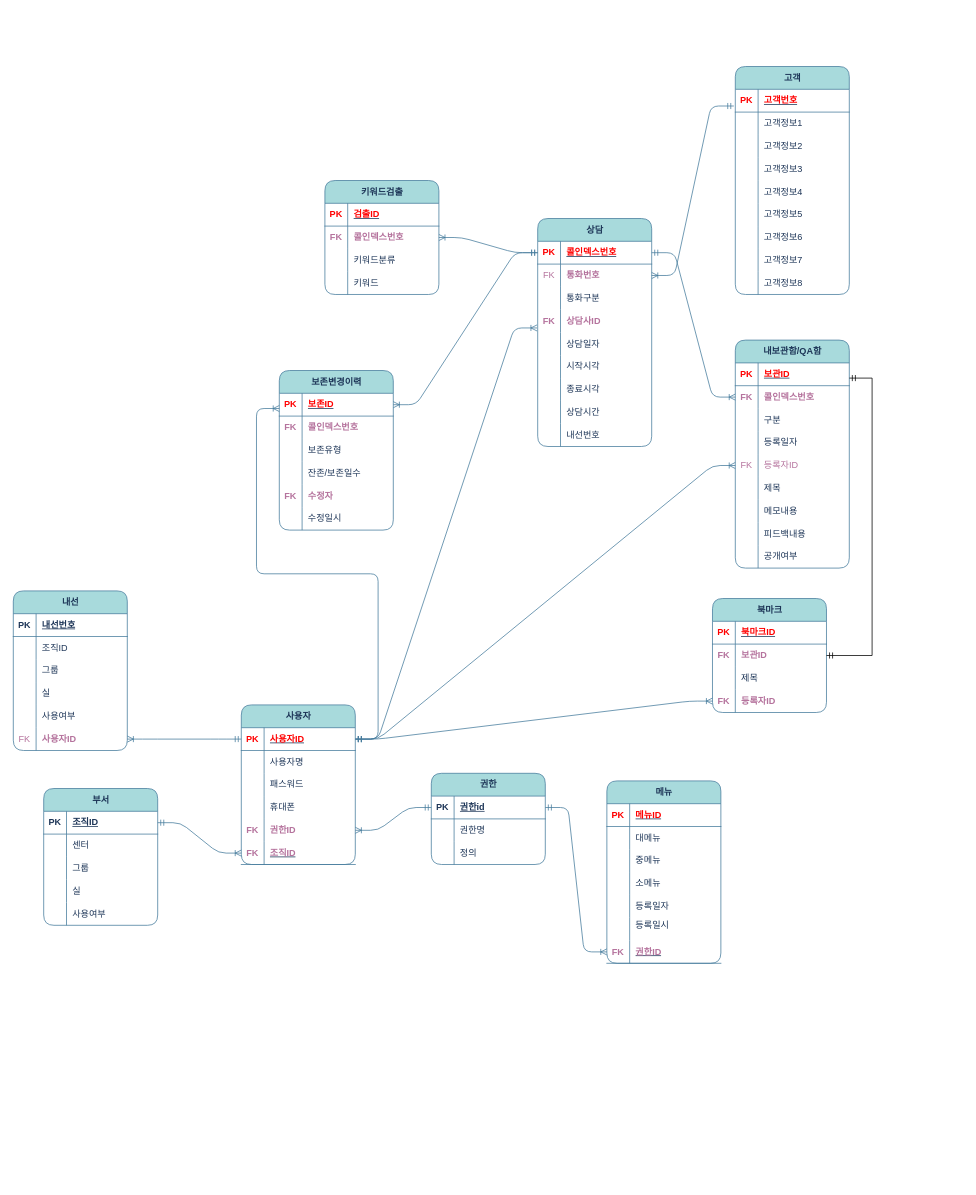
wishholic/ERD keeps this draw.io diagram as page "페이지-3" (3 of 3) of 제목 없는 다이어그램.drawio. Above is the earlier version. Source tidied: cells renumbered, new cells numbered last; positions are measured from the earlier drawing's top-left corner, leaving out a move shared by most shapes. Both pictures are drawn from the tidied source at 76%, with x=0, y=0 at pixel (13, 66).
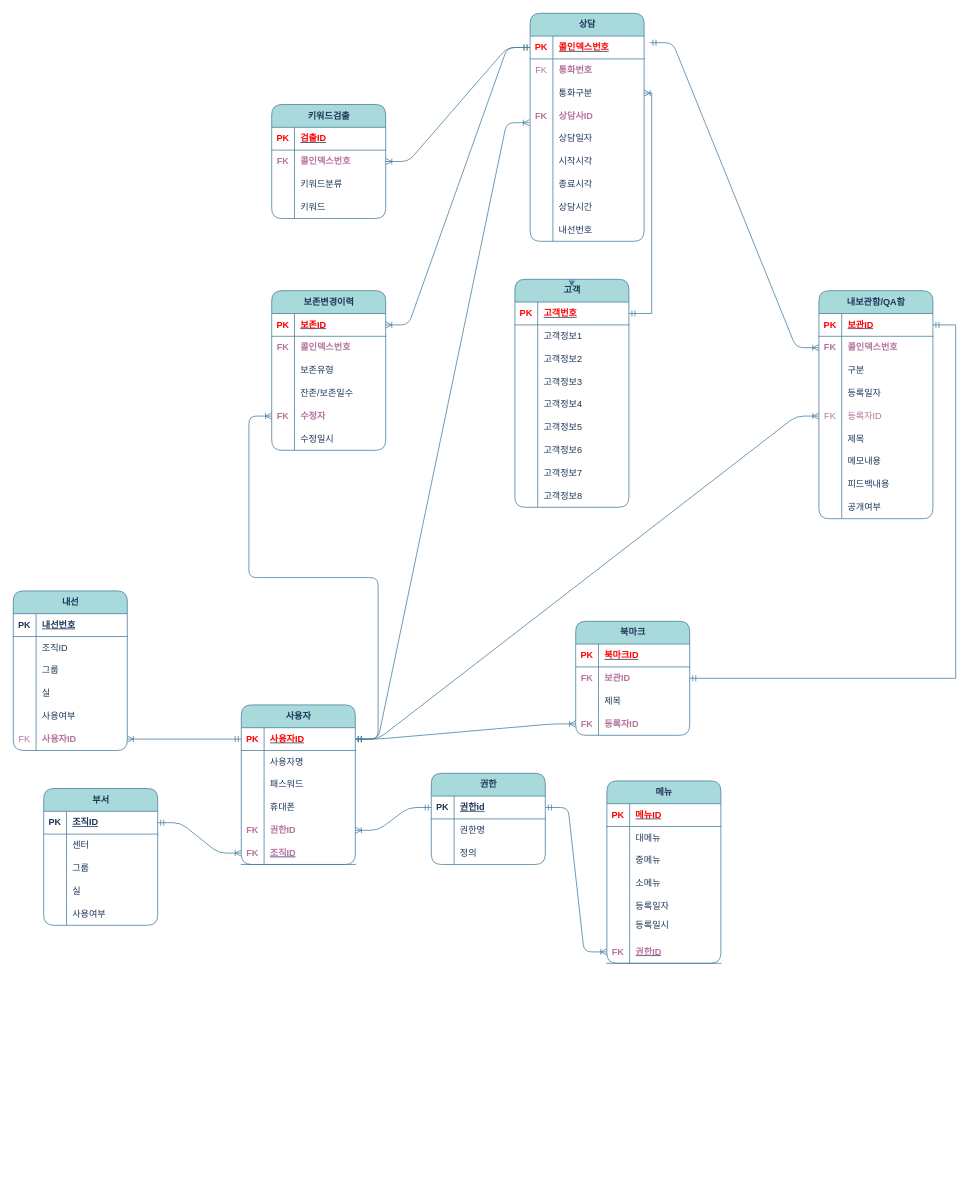
After the change.

Commit message:
제목 없는 다이어그램.drawio 업데이트

Unchanged cells that the change refers to:
```xml
<mxCell id="13" style="shape=tableRow;horizontal=0;startSize=0;swimlaneHead=0;swimlaneBody=0;fillColor=none;points=[[0,0.5],[1,0.5]];portConstraint=eastwest;top=0;left=0;right=0;bottom=1;rounded=1;labelBackgroundColor=none;strokeColor=#457B9D;fontColor=#1D3557;" parent="12" vertex="1">
  <mxGeometry y="30" width="150" height="30" as="geometry" />
</mxCell>
<mxCell id="94" style="shape=tableRow;horizontal=0;startSize=0;swimlaneHead=0;swimlaneBody=0;fillColor=none;points=[[0,0.5],[1,0.5]];portConstraint=eastwest;top=0;left=0;right=0;bottom=1;rounded=1;labelBackgroundColor=none;strokeColor=#457B9D;fontColor=#1D3557;" parent="93" vertex="1">
  <mxGeometry y="30" width="150" height="30" as="geometry" />
</mxCell>
<mxCell id="97" style="shape=tableRow;horizontal=0;startSize=0;swimlaneHead=0;swimlaneBody=0;fillColor=none;points=[[0,0.5],[1,0.5]];portConstraint=eastwest;top=0;left=0;right=0;bottom=0;rounded=1;labelBackgroundColor=none;strokeColor=#457B9D;fontColor=#1D3557;" parent="93" vertex="1">
  <mxGeometry y="60" width="150" height="30" as="geometry" />
</mxCell>
<mxCell id="100" style="shape=tableRow;horizontal=0;startSize=0;swimlaneHead=0;swimlaneBody=0;fillColor=none;points=[[0,0.5],[1,0.5]];portConstraint=eastwest;top=0;left=0;right=0;bottom=0;rounded=1;labelBackgroundColor=none;strokeColor=#457B9D;fontColor=#1D3557;" parent="93" vertex="1">
  <mxGeometry y="90" width="150" height="30" as="geometry" />
</mxCell>
<mxCell id="126" style="shape=tableRow;horizontal=0;startSize=0;swimlaneHead=0;swimlaneBody=0;fillColor=none;points=[[0,0.5],[1,0.5]];portConstraint=eastwest;top=0;left=0;right=0;bottom=0;rounded=1;labelBackgroundColor=none;strokeColor=#457B9D;fontColor=#1D3557;" parent="122" vertex="1">
  <mxGeometry y="60" width="150" height="30" as="geometry" />
</mxCell>
<mxCell id="155" style="shape=tableRow;horizontal=0;startSize=0;swimlaneHead=0;swimlaneBody=0;fillColor=none;points=[[0,0.5],[1,0.5]];portConstraint=eastwest;top=0;left=0;right=0;bottom=0;rounded=1;labelBackgroundColor=none;strokeColor=#457B9D;fontColor=#1D3557;" parent="151" vertex="1">
  <mxGeometry y="60" width="150" height="30" as="geometry" />
</mxCell>
<mxCell id="189" style="shape=tableRow;horizontal=0;startSize=0;swimlaneHead=0;swimlaneBody=0;fillColor=none;points=[[0,0.5],[1,0.5]];portConstraint=eastwest;top=0;left=0;right=0;bottom=0;rounded=1;labelBackgroundColor=none;strokeColor=#457B9D;fontColor=#1D3557;" parent="185" vertex="1">
  <mxGeometry y="60" width="150" height="30" as="geometry" />
</mxCell>
<mxCell id="202" style="shape=tableRow;horizontal=0;startSize=0;swimlaneHead=0;swimlaneBody=0;fillColor=none;points=[[0,0.5],[1,0.5]];portConstraint=eastwest;top=0;left=0;right=0;bottom=1;rounded=1;labelBackgroundColor=none;strokeColor=#457B9D;fontColor=#1D3557;" parent="201" vertex="1">
  <mxGeometry y="30" width="150" height="30" as="geometry" />
</mxCell>
```

Diff of the diagram source:
```diff
@@
     <mxCell id="93" value="상담" style="shape=table;startSize=30;childLayout=tableLayout;rowLines=0;fontStyle=1;align=center;html=1;fillColor=#A8DADC;strokeColor=#457B9D;rounded=1;labelBackgroundColor=none;fontColor=#1D3557;" parent="1" vertex="1">
-      <mxGeometry x="690" y="200" width="150" height="300" as="geometry" />
+      <mxGeometry x="680" y="-70" width="150" height="300" as="geometry" />
     </mxCell>
@@
     <mxCell id="122" value="내보관함/QA함" style="shape=table;startSize=30;childLayout=tableLayout;rowLines=0;fontStyle=1;align=center;html=1;fillColor=#A8DADC;strokeColor=#457B9D;rounded=1;labelBackgroundColor=none;fontColor=#1D3557;" parent="1" vertex="1">
-      <mxGeometry x="950" y="360" width="150" height="300" as="geometry" />
+      <mxGeometry x="1060" y="295" width="150" height="300" as="geometry" />
     </mxCell>
@@
-    <mxCell id="150" style="edgeStyle=entityRelationEdgeStyle;fontSize=12;html=1;endArrow=ERoneToMany;startArrow=ERmandOne;rounded=1;fontFamily=Helvetica;fontColor=default;fontStyle=1;exitX=1;exitY=0.5;exitDx=0;exitDy=0;entryX=0;entryY=0.5;entryDx=0;entryDy=0;labelBackgroundColor=none;strokeColor=#457B9D;" parent="1" edge="1" source="94" target="126">
+    <mxCell id="150" style="edgeStyle=entityRelationEdgeStyle;fontSize=12;html=1;endArrow=ERoneToMany;startArrow=ERmandOne;rounded=1;fontFamily=Helvetica;fontColor=default;fontStyle=1;exitX=1.051;exitY=0.29;exitDx=0;exitDy=0;entryX=0;entryY=0.5;entryDx=0;entryDy=0;labelBackgroundColor=none;strokeColor=#457B9D;exitPerimeter=0;" parent="1" edge="1" source="94" target="126">
       <mxGeometry relative="1" as="geometry" />
     </mxCell>
     <mxCell id="151" value="키워드검출" style="shape=table;startSize=30;childLayout=tableLayout;rowLines=0;fontStyle=1;align=center;html=1;fillColor=#A8DADC;strokeColor=#457B9D;rounded=1;labelBackgroundColor=none;fontColor=#1D3557;" parent="1" vertex="1">
-      <mxGeometry x="410" y="150" width="150" height="150" as="geometry" />
+      <mxGeometry x="340" y="50" width="150" height="150" as="geometry" />
     </mxCell>
@@
-    <mxCell id="164" style="edgeStyle=entityRelationEdgeStyle;fontSize=12;html=1;endArrow=ERoneToMany;startArrow=ERmandOne;rounded=1;strokeColor=#457B9D;fontColor=default;fillColor=#A8DADC;entryX=1;entryY=0.5;entryDx=0;entryDy=0;exitX=0;exitY=0.5;exitDx=0;exitDy=0;labelBackgroundColor=none;" parent="1" edge="1" source="94" target="155">
+    <mxCell id="164" style="edgeStyle=entityRelationEdgeStyle;fontSize=12;html=1;endArrow=ERoneToMany;startArrow=ERmandOne;rounded=1;strokeColor=#457B9D;fontColor=default;entryX=1;entryY=0.5;entryDx=0;entryDy=0;exitX=0;exitY=0.5;exitDx=0;exitDy=0;labelBackgroundColor=none;" parent="1" edge="1" source="94" target="155">
       <mxGeometry relative="1" as="geometry">
         <Array as="points">
           <mxPoint x="530" y="610" />
         </Array>
       </mxGeometry>
     </mxCell>
     <mxCell id="165" value="보존변경이력" style="shape=table;startSize=30;childLayout=tableLayout;rowLines=0;fontStyle=1;align=center;html=1;fillColor=#A8DADC;strokeColor=#457B9D;rounded=1;labelBackgroundColor=none;fontColor=#1D3557;" parent="1" vertex="1">
-      <mxGeometry x="350" y="400" width="150" height="210" as="geometry" />
+      <mxGeometry x="340" y="295" width="150" height="210" as="geometry" />
     </mxCell>
@@
     <mxCell id="185" value="북마크" style="shape=table;startSize=30;childLayout=tableLayout;rowLines=0;fontStyle=1;align=center;html=1;fillColor=#A8DADC;strokeColor=#457B9D;rounded=1;labelBackgroundColor=none;fontColor=#1D3557;" parent="1" vertex="1">
-      <mxGeometry x="920" y="700" width="150" height="150" as="geometry" />
+      <mxGeometry x="740" y="730" width="150" height="150" as="geometry" />
     </mxCell>
@@
-    <mxCell id="200" style="edgeStyle=entityRelationEdgeStyle;fontSize=12;html=1;endArrow=ERmandOne;startArrow=ERmandOne;rounded=0;entryX=1;entryY=0.5;entryDx=0;entryDy=0;" parent="1" edge="1" target="189">
+    <mxCell id="200" style="edgeStyle=entityRelationEdgeStyle;fontSize=12;html=1;endArrow=ERmandOne;startArrow=ERmandOne;rounded=0;entryX=1;entryY=0.5;entryDx=0;entryDy=0;labelBackgroundColor=none;strokeColor=#457B9D;fontColor=default;" parent="1" edge="1" target="189">
       <mxGeometry relative="1" as="geometry">
-        <mxPoint x="1100" y="410" as="sourcePoint" />
+        <mxPoint x="1210" y="340" as="sourcePoint" />
       </mxGeometry>
     </mxCell>
     <mxCell id="201" value="고객" style="shape=table;startSize=30;childLayout=tableLayout;rowLines=0;fontStyle=1;align=center;html=1;fillColor=#A8DADC;strokeColor=#457B9D;rounded=1;labelBackgroundColor=none;fontColor=#1D3557;" parent="1" vertex="1">
-      <mxGeometry x="950" width="150" height="300" as="geometry" />
+      <mxGeometry x="660" y="280" width="150" height="300" as="geometry" />
     </mxCell>
@@
-    <mxCell id="229" style="edgeStyle=entityRelationEdgeStyle;fontSize=12;html=1;endArrow=ERoneToMany;startArrow=ERmandOne;rounded=1;strokeColor=#457B9D;fontColor=default;fillColor=#A8DADC;exitX=1;exitY=0.5;exitDx=0;exitDy=0;labelBackgroundColor=none;" parent="1" edge="1" source="13">
+    <mxCell id="229" style="edgeStyle=entityRelationEdgeStyle;fontSize=12;html=1;endArrow=ERoneToMany;startArrow=ERmandOne;rounded=1;strokeColor=#457B9D;fontColor=default;exitX=1;exitY=0.5;exitDx=0;exitDy=0;labelBackgroundColor=none;" parent="1" edge="1" source="13">
       <mxGeometry relative="1" as="geometry">
-        <mxPoint x="350" y="450" as="targetPoint" />
+        <mxPoint x="340" y="460" as="targetPoint" />
         <Array as="points">
           <mxPoint x="540" y="620" />
         </Array>
       </mxGeometry>
     </mxCell>
-    <mxCell id="230" style="edgeStyle=entityRelationEdgeStyle;fontSize=12;html=1;endArrow=ERoneToMany;startArrow=ERmandOne;rounded=1;fontFamily=Helvetica;fontColor=default;fontStyle=1;exitX=-0.013;exitY=0.733;exitDx=0;exitDy=0;labelBackgroundColor=none;strokeColor=#457B9D;exitPerimeter=0;" parent="1" edge="1" source="202" target="97">
-      <mxGeometry relative="1" as="geometry" />
-    </mxCell>
+    <mxCell id="231" style="edgeStyle=orthogonalEdgeStyle;fontSize=12;html=1;endArrow=ERoneToMany;startArrow=ERmandOne;rounded=0;strokeColor=#457B9D;fontColor=#1D3557;fillColor=#A8DADC;exitX=1;exitY=0.5;exitDx=0;exitDy=0;entryX=1;entryY=0.5;entryDx=0;entryDy=0;" parent="1" edge="1" source="202" target="100">
+      <mxGeometry relative="1" as="geometry" />
+    </mxCell>
+    <mxCell id="232" style="edgeStyle=orthogonalEdgeStyle;rounded=0;orthogonalLoop=1;jettySize=auto;html=1;exitX=0.5;exitY=0;exitDx=0;exitDy=0;entryX=0.498;entryY=0.033;entryDx=0;entryDy=0;entryPerimeter=0;strokeColor=#457B9D;fontColor=#1D3557;fillColor=#A8DADC;" parent="1" edge="1" source="201" target="201">
+      <mxGeometry relative="1" as="geometry" />
+    </mxCell>
```
